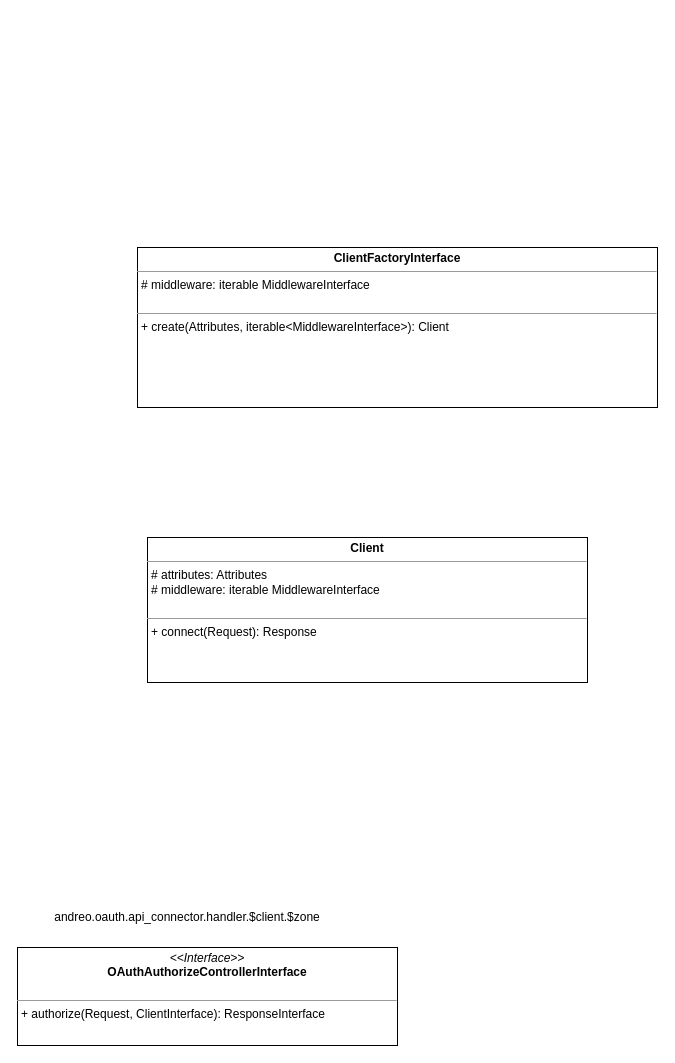
andrzej-pakula/oauth-api-connector-bundle keeps this draw.io diagram as page "client" (2 of 4) of oauth.drawio. Above is the earlier version. Source tidied: cells renumbered, new cells numbered last; positions are measured from the earlier drawing's top-left corner, leaving out a move shared by most shapes. Both pictures are drawn from the tidied source at 100%, with x=0, y=0 at pixel (17, 247).
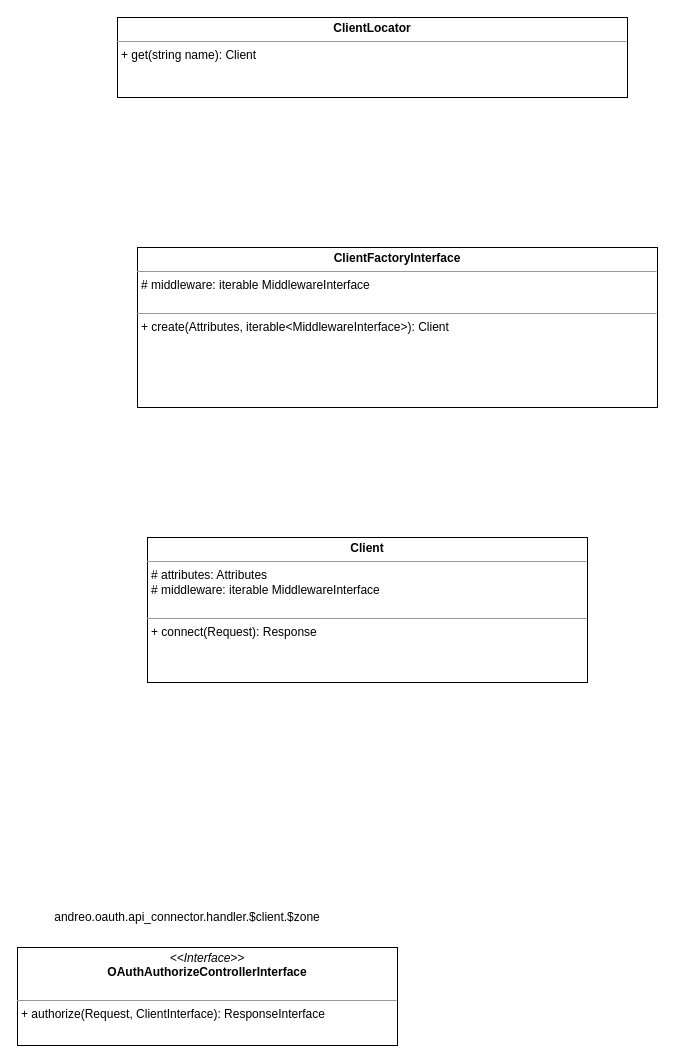
The same diagram, later.

Change to the diagram source:
```diff
@@
 <mxGraphModel>
   <root>
     <mxCell id="0" />
     <mxCell id="1" parent="0" />
     <mxCell id="2" value="&lt;p style=&quot;margin: 0px ; margin-top: 4px ; text-align: center&quot;&gt;&lt;i&gt;&amp;lt;&amp;lt;Interface&amp;gt;&amp;gt;&lt;/i&gt;&lt;br&gt;&lt;b&gt;OAuthAuthorizeControllerInterface&lt;/b&gt;&lt;br&gt;&lt;/p&gt;&lt;p style=&quot;margin: 0px ; margin-left: 4px&quot;&gt;&lt;br&gt;&lt;/p&gt;&lt;hr size=&quot;1&quot;&gt;&lt;p style=&quot;margin: 0px ; margin-left: 4px&quot;&gt;+ authorize(Request, ClientInterface): ResponseInterface&lt;br&gt;&lt;br&gt;&lt;/p&gt;" style="verticalAlign=top;align=left;overflow=fill;fontSize=12;fontFamily=Helvetica;html=1;" parent="1" vertex="1">
       <mxGeometry y="700" width="380" height="98" as="geometry" />
     </mxCell>
     <mxCell id="3" value="andreo.oauth.api_connector.handler.$client.$zone" style="text;html=1;strokeColor=none;fillColor=none;align=center;verticalAlign=middle;whiteSpace=wrap;rounded=0;" parent="1" vertex="1">
       <mxGeometry x="90" y="660" width="160" height="20" as="geometry" />
     </mxCell>
     <mxCell id="4" value="&lt;p style=&quot;margin: 0px ; margin-top: 4px ; text-align: center&quot;&gt;&lt;b&gt;Client&lt;/b&gt;&lt;/p&gt;&lt;hr size=&quot;1&quot;&gt;&lt;p style=&quot;margin: 0px ; margin-left: 4px&quot;&gt;# attributes: Attributes&lt;/p&gt;&lt;p style=&quot;margin: 0px ; margin-left: 4px&quot;&gt;# middleware: iterable MiddlewareInterface&lt;br&gt;&lt;/p&gt;&lt;p style=&quot;margin: 0px ; margin-left: 4px&quot;&gt;&lt;br&gt;&lt;/p&gt;&lt;hr size=&quot;1&quot;&gt;&lt;p style=&quot;margin: 0px ; margin-left: 4px&quot;&gt;+ connect(Request): Response&lt;/p&gt;" style="verticalAlign=top;align=left;overflow=fill;fontSize=12;fontFamily=Helvetica;html=1;" parent="1" vertex="1">
       <mxGeometry x="130" y="290" width="440" height="145" as="geometry" />
     </mxCell>
     <mxCell id="5" value="&lt;p style=&quot;margin: 0px ; margin-top: 4px ; text-align: center&quot;&gt;&lt;b&gt;ClientFactoryInterface&lt;/b&gt;&lt;/p&gt;&lt;hr size=&quot;1&quot;&gt;&lt;p style=&quot;margin: 0px 0px 0px 4px&quot;&gt;# middleware: iterable MiddlewareInterface&lt;br&gt;&lt;/p&gt;&lt;p style=&quot;margin: 0px 0px 0px 4px&quot;&gt;&lt;br&gt;&lt;/p&gt;&lt;hr size=&quot;1&quot;&gt;&lt;p style=&quot;margin: 0px ; margin-left: 4px&quot;&gt;+ create(Attributes, iterable&amp;lt;MiddlewareInterface&amp;gt;): Client&lt;/p&gt;" style="verticalAlign=top;align=left;overflow=fill;fontSize=12;fontFamily=Helvetica;html=1;" parent="1" vertex="1">
       <mxGeometry x="120" width="520" height="160" as="geometry" />
     </mxCell>
+    <mxCell id="6" value="&lt;p style=&quot;margin: 0px ; margin-top: 4px ; text-align: center&quot;&gt;&lt;b&gt;ClientLocator&lt;/b&gt;&lt;/p&gt;&lt;hr size=&quot;1&quot;&gt;&lt;p style=&quot;margin: 0px ; margin-left: 4px&quot;&gt;+ get(string name): Client&lt;/p&gt;" style="verticalAlign=top;align=left;overflow=fill;fontSize=12;fontFamily=Helvetica;html=1;" parent="1" vertex="1">
+      <mxGeometry x="100" y="-230" width="510" height="80" as="geometry" />
+    </mxCell>
   </root>
 </mxGraphModel>
```
